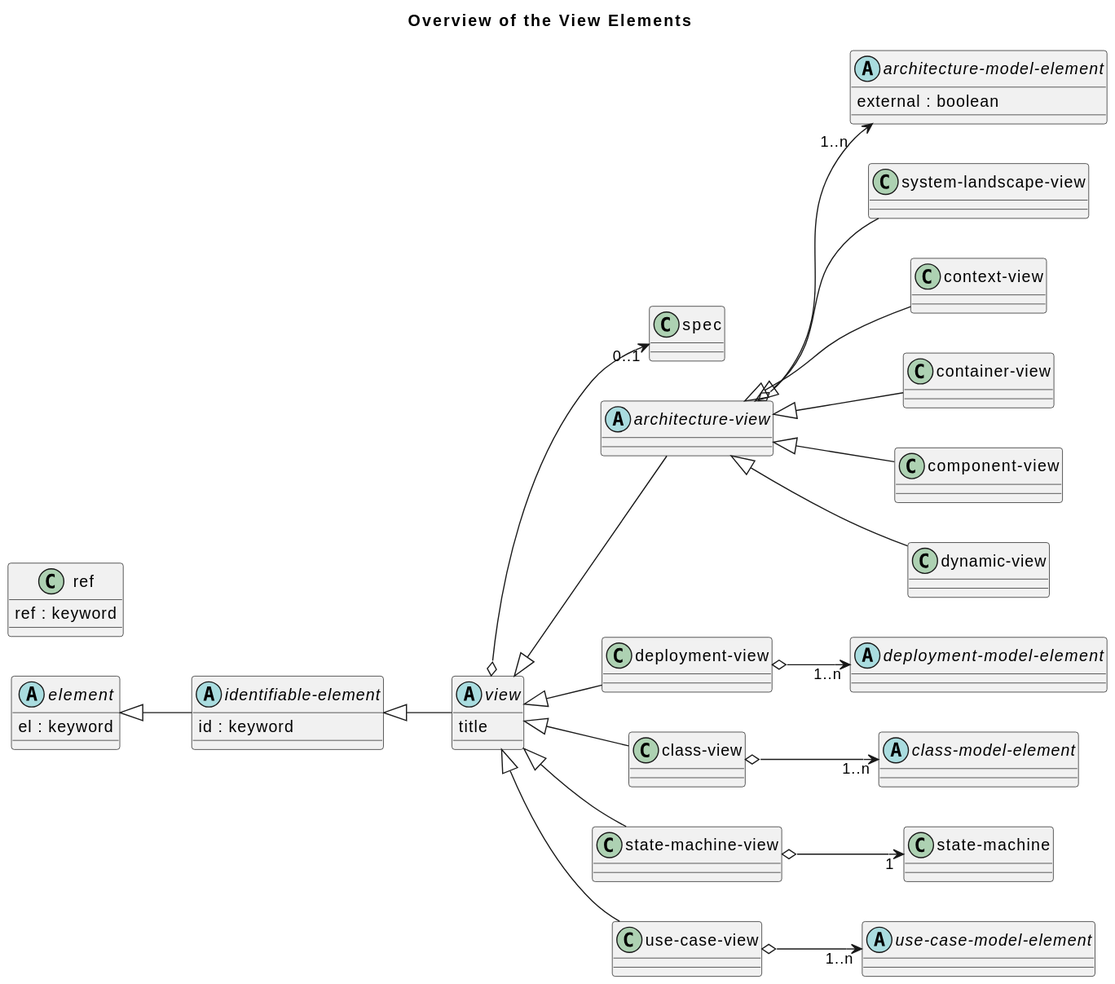
Above: doc/images/overarch_viewElementsOverview.svg in soulspace-org/overarch (PlantUML), before the change.
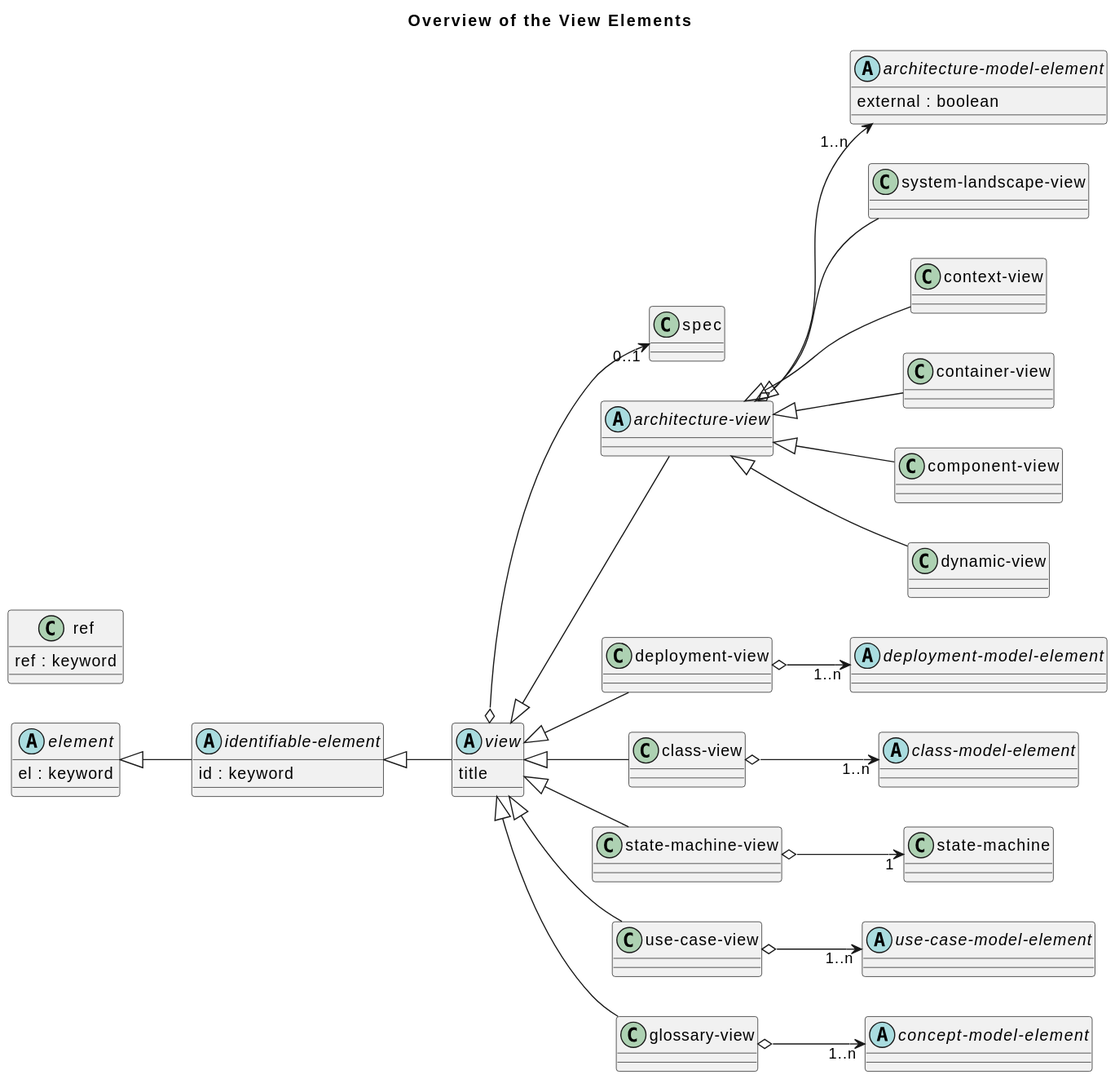
The same file after the commit.

Commit message:
updated overarch models, views and usage doc

Change to the diagram source:
```diff
@@ -15,6 +15,7 @@
 abstract class "class-model-element" as overarch_classModelElement
 abstract class "use-case-model-element" as overarch_useCaseModelElement
 class "state-machine" as overarch_stateMachine
+abstract class "concept-model-element" as overarch_conceptModelElement
 class "ref" as overarch_ref {
   ref : keyword
 }
@@ -32,6 +33,7 @@
 class "class-view" as overarch_classView
 class "state-machine-view" as overarch_stateMachineView
 class "use-case-view" as overarch_useCaseView
+class "glossary-view" as overarch_glossaryView
 overarch_element <|-- overarch_identifiableElement
 overarch_identifiableElement <|-- overarch_view
 overarch_view o-->  "0..1" overarch_renderingSpec
@@ -50,4 +52,6 @@
 overarch_stateMachineView o-->  "1" overarch_stateMachine
 overarch_view <|-- overarch_useCaseView
 overarch_useCaseView o-->  "1..n" overarch_useCaseModelElement
+overarch_view <|-- overarch_glossaryView
+overarch_glossaryView o-->  "1..n" overarch_conceptModelElement
 @enduml
```
